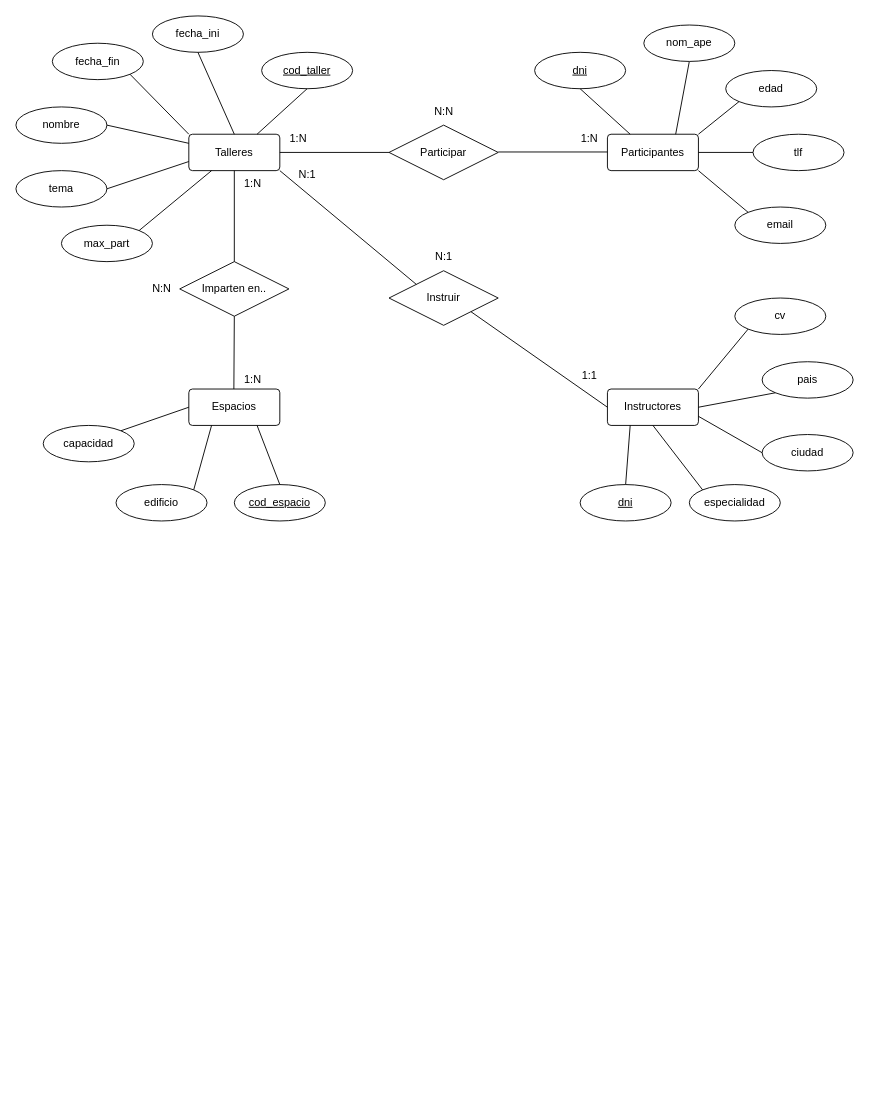
The draw.io diagram Diagrama sin título.drawio in Mokius02/basesdedatos, before the edit. Source tidied: cells renumbered, new cells numbered last; positions are measured from the earlier drawing's top-left corner, leaving out a move shared by most shapes. Both pictures are drawn from the tidied source at 91%, with x=0, y=0 at pixel (15, 15).
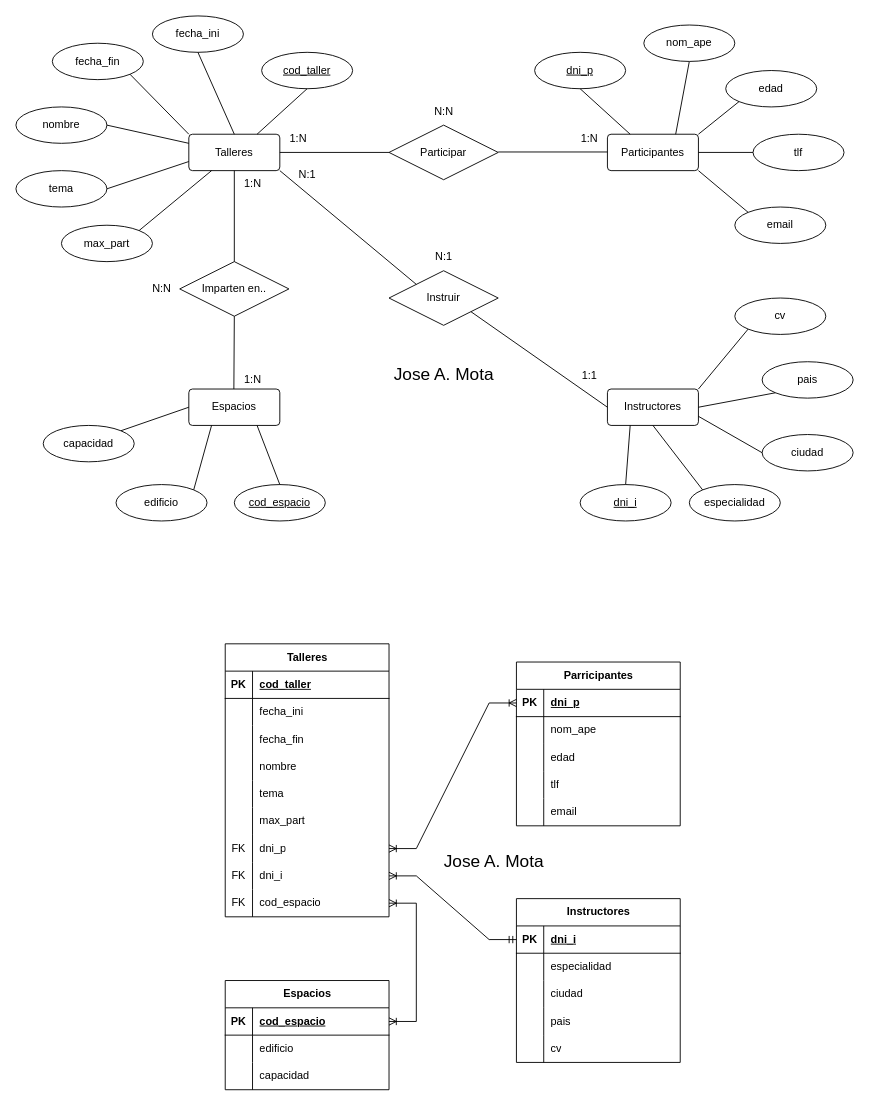
The same diagram, later.

Change to the diagram source:
```diff
@@
-    <mxCell id="25" value="dni" style="ellipse;whiteSpace=wrap;html=1;align=center;fontStyle=4;" parent="1" vertex="1">
+    <mxCell id="25" value="dni_i" style="ellipse;whiteSpace=wrap;html=1;align=center;fontStyle=4;" parent="1" vertex="1">
       <mxGeometry x="620" y="515" width="100" height="40" as="geometry" />
     </mxCell>
@@
-    <mxCell id="35" value="dni" style="ellipse;whiteSpace=wrap;html=1;align=center;fontStyle=4;" parent="1" vertex="1">
+    <mxCell id="35" value="dni_p" style="ellipse;whiteSpace=wrap;html=1;align=center;fontStyle=4;" parent="1" vertex="1">
       <mxGeometry x="570" y="40" width="100" height="40" as="geometry" />
     </mxCell>
@@
+    <mxCell id="62" value="Talleres" style="shape=table;startSize=30;childLayout=tableLayout;rowLines=0;fontStyle=1;align=center;html=1;" parent="1" vertex="1">
+      <mxGeometry x="230" y="690" width="180" height="300" as="geometry" />
+    </mxCell>
+    <mxCell id="63" style="shape=tableRow;horizontal=0;startSize=0;swimlaneHead=0;swimlaneBody=0;fillColor=none;top=0;left=0;right=0;bottom=1;" parent="62" vertex="1">
+      <mxGeometry y="30" width="180" height="30" as="geometry" />
+    </mxCell>
+    <mxCell id="64" value="PK" style="shape=partialRectangle;fillColor=none;top=0;left=0;bottom=0;right=0;fontStyle=1;overflow=hidden;whiteSpace=wrap;html=1;" parent="63" vertex="1">
+      <mxGeometry width="30" height="30" as="geometry" />
+    </mxCell>
+    <mxCell id="65" value="cod_taller" style="shape=partialRectangle;fillColor=none;top=0;left=0;bottom=0;right=0;align=left;spacingLeft=6;fontStyle=5;overflow=hidden;whiteSpace=wrap;html=1;" parent="63" vertex="1">
+      <mxGeometry x="30" width="150" height="30" as="geometry" />
+    </mxCell>
+    <mxCell id="66" style="shape=tableRow;horizontal=0;startSize=0;swimlaneHead=0;swimlaneBody=0;fillColor=none;top=0;left=0;right=0;bottom=0;" parent="62" vertex="1">
+      <mxGeometry y="60" width="180" height="30" as="geometry" />
+    </mxCell>
+    <mxCell id="67" style="shape=partialRectangle;fillColor=none;top=0;left=0;bottom=0;right=0;overflow=hidden;whiteSpace=wrap;html=1;" parent="66" vertex="1">
+      <mxGeometry width="30" height="30" as="geometry" />
+    </mxCell>
+    <mxCell id="68" value="fecha_ini" style="shape=partialRectangle;fillColor=none;top=0;left=0;bottom=0;right=0;align=left;spacingLeft=6;overflow=hidden;whiteSpace=wrap;html=1;" parent="66" vertex="1">
+      <mxGeometry x="30" width="150" height="30" as="geometry" />
+    </mxCell>
+    <mxCell id="69" style="shape=tableRow;horizontal=0;startSize=0;swimlaneHead=0;swimlaneBody=0;fillColor=none;top=0;left=0;right=0;bottom=0;" parent="62" vertex="1">
+      <mxGeometry y="90" width="180" height="30" as="geometry" />
+    </mxCell>
+    <mxCell id="70" style="shape=partialRectangle;fillColor=none;top=0;left=0;bottom=0;right=0;overflow=hidden;whiteSpace=wrap;html=1;" parent="69" vertex="1">
+      <mxGeometry width="30" height="30" as="geometry" />
+    </mxCell>
+    <mxCell id="71" value="fecha_fin" style="shape=partialRectangle;fillColor=none;top=0;left=0;bottom=0;right=0;align=left;spacingLeft=6;overflow=hidden;whiteSpace=wrap;html=1;" parent="69" vertex="1">
+      <mxGeometry x="30" width="150" height="30" as="geometry" />
+    </mxCell>
+    <mxCell id="72" style="shape=tableRow;horizontal=0;startSize=0;swimlaneHead=0;swimlaneBody=0;fillColor=none;top=0;left=0;right=0;bottom=0;" parent="62" vertex="1">
+      <mxGeometry y="120" width="180" height="30" as="geometry" />
+    </mxCell>
+    <mxCell id="73" style="shape=partialRectangle;fillColor=none;top=0;left=0;bottom=0;right=0;overflow=hidden;whiteSpace=wrap;html=1;" parent="72" vertex="1">
+      <mxGeometry width="30" height="30" as="geometry" />
+    </mxCell>
+    <mxCell id="74" value="nombre" style="shape=partialRectangle;fillColor=none;top=0;left=0;bottom=0;right=0;align=left;spacingLeft=6;overflow=hidden;whiteSpace=wrap;html=1;" parent="72" vertex="1">
+      <mxGeometry x="30" width="150" height="30" as="geometry" />
+    </mxCell>
+    <mxCell id="75" style="shape=tableRow;horizontal=0;startSize=0;swimlaneHead=0;swimlaneBody=0;fillColor=none;top=0;left=0;right=0;bottom=0;" parent="62" vertex="1">
+      <mxGeometry y="150" width="180" height="30" as="geometry" />
+    </mxCell>
+    <mxCell id="76" style="shape=partialRectangle;fillColor=none;top=0;left=0;bottom=0;right=0;overflow=hidden;whiteSpace=wrap;html=1;" parent="75" vertex="1">
+      <mxGeometry width="30" height="30" as="geometry" />
+    </mxCell>
+    <mxCell id="77" value="tema" style="shape=partialRectangle;fillColor=none;top=0;left=0;bottom=0;right=0;align=left;spacingLeft=6;overflow=hidden;whiteSpace=wrap;html=1;" parent="75" vertex="1">
+      <mxGeometry x="30" width="150" height="30" as="geometry" />
+    </mxCell>
+    <mxCell id="78" style="shape=tableRow;horizontal=0;startSize=0;swimlaneHead=0;swimlaneBody=0;fillColor=none;top=0;left=0;right=0;bottom=0;" parent="62" vertex="1">
+      <mxGeometry y="180" width="180" height="30" as="geometry" />
+    </mxCell>
+    <mxCell id="79" style="shape=partialRectangle;fillColor=none;top=0;left=0;bottom=0;right=0;overflow=hidden;whiteSpace=wrap;html=1;" parent="78" vertex="1">
+      <mxGeometry width="30" height="30" as="geometry" />
+    </mxCell>
+    <mxCell id="80" value="max_part" style="shape=partialRectangle;fillColor=none;top=0;left=0;bottom=0;right=0;align=left;spacingLeft=6;overflow=hidden;whiteSpace=wrap;html=1;" parent="78" vertex="1">
+      <mxGeometry x="30" width="150" height="30" as="geometry" />
+    </mxCell>
+    <mxCell id="81" style="shape=tableRow;horizontal=0;startSize=0;swimlaneHead=0;swimlaneBody=0;fillColor=none;points=[[0,0.5],[1,0.5]];portConstraint=eastwest;top=0;left=0;right=0;bottom=0;" parent="62" vertex="1">
+      <mxGeometry y="210" width="180" height="30" as="geometry" />
+    </mxCell>
+    <mxCell id="82" value="FK" style="shape=partialRectangle;fillColor=none;top=0;left=0;bottom=0;right=0;overflow=hidden;whiteSpace=wrap;html=1;" parent="81" vertex="1">
+      <mxGeometry width="30" height="30" as="geometry" />
+    </mxCell>
+    <mxCell id="83" value="dni_p" style="shape=partialRectangle;fillColor=none;top=0;left=0;bottom=0;right=0;align=left;spacingLeft=6;overflow=hidden;whiteSpace=wrap;html=1;" parent="81" vertex="1">
+      <mxGeometry x="30" width="150" height="30" as="geometry" />
+    </mxCell>
+    <mxCell id="84" style="shape=tableRow;horizontal=0;startSize=0;swimlaneHead=0;swimlaneBody=0;fillColor=none;points=[[0,0.5],[1,0.5]];portConstraint=eastwest;top=0;left=0;right=0;bottom=0;" parent="62" vertex="1">
+      <mxGeometry y="240" width="180" height="30" as="geometry" />
+    </mxCell>
+    <mxCell id="85" value="FK" style="shape=partialRectangle;fillColor=none;top=0;left=0;bottom=0;right=0;overflow=hidden;whiteSpace=wrap;html=1;" parent="84" vertex="1">
+      <mxGeometry width="30" height="30" as="geometry" />
+    </mxCell>
+    <mxCell id="86" value="dni_i" style="shape=partialRectangle;fillColor=none;top=0;left=0;bottom=0;right=0;align=left;spacingLeft=6;overflow=hidden;whiteSpace=wrap;html=1;" parent="84" vertex="1">
+      <mxGeometry x="30" width="150" height="30" as="geometry" />
+    </mxCell>
+    <mxCell id="87" style="shape=tableRow;horizontal=0;startSize=0;swimlaneHead=0;swimlaneBody=0;fillColor=none;points=[[0,0.5],[1,0.5]];portConstraint=eastwest;top=0;left=0;right=0;bottom=0;" parent="62" vertex="1">
+      <mxGeometry y="270" width="180" height="30" as="geometry" />
+    </mxCell>
+    <mxCell id="88" value="FK" style="shape=partialRectangle;fillColor=none;top=0;left=0;bottom=0;right=0;overflow=hidden;whiteSpace=wrap;html=1;" parent="87" vertex="1">
+      <mxGeometry width="30" height="30" as="geometry" />
+    </mxCell>
+    <mxCell id="89" value="cod_espacio" style="shape=partialRectangle;fillColor=none;top=0;left=0;bottom=0;right=0;align=left;spacingLeft=6;overflow=hidden;whiteSpace=wrap;html=1;" parent="87" vertex="1">
+      <mxGeometry x="30" width="150" height="30" as="geometry" />
+    </mxCell>
+    <mxCell id="90" value="Parricipantes" style="shape=table;startSize=30;childLayout=tableLayout;rowLines=0;fontStyle=1;align=center;html=1;" parent="1" vertex="1">
+      <mxGeometry x="550" y="710" width="180" height="180" as="geometry" />
+    </mxCell>
+    <mxCell id="91" style="shape=tableRow;horizontal=0;startSize=0;swimlaneHead=0;swimlaneBody=0;fillColor=none;points=[[0,0.5],[1,0.5]];portConstraint=eastwest;top=0;left=0;right=0;bottom=1;" parent="90" vertex="1">
+      <mxGeometry y="30" width="180" height="30" as="geometry" />
+    </mxCell>
+    <mxCell id="92" value="PK" style="shape=partialRectangle;fillColor=none;top=0;left=0;bottom=0;right=0;fontStyle=1;overflow=hidden;whiteSpace=wrap;html=1;" parent="91" vertex="1">
+      <mxGeometry width="30" height="30" as="geometry" />
+    </mxCell>
+    <mxCell id="93" value="dni_p" style="shape=partialRectangle;fillColor=none;top=0;left=0;bottom=0;right=0;align=left;spacingLeft=6;fontStyle=5;overflow=hidden;whiteSpace=wrap;html=1;" parent="91" vertex="1">
+      <mxGeometry x="30" width="150" height="30" as="geometry" />
+    </mxCell>
+    <mxCell id="94" style="shape=tableRow;horizontal=0;startSize=0;swimlaneHead=0;swimlaneBody=0;fillColor=none;top=0;left=0;right=0;bottom=0;" parent="90" vertex="1">
+      <mxGeometry y="60" width="180" height="30" as="geometry" />
+    </mxCell>
+    <mxCell id="95" style="shape=partialRectangle;fillColor=none;top=0;left=0;bottom=0;right=0;overflow=hidden;whiteSpace=wrap;html=1;" parent="94" vertex="1">
+      <mxGeometry width="30" height="30" as="geometry" />
+    </mxCell>
+    <mxCell id="96" value="nom_ape" style="shape=partialRectangle;fillColor=none;top=0;left=0;bottom=0;right=0;align=left;spacingLeft=6;overflow=hidden;whiteSpace=wrap;html=1;" parent="94" vertex="1">
+      <mxGeometry x="30" width="150" height="30" as="geometry" />
+    </mxCell>
+    <mxCell id="97" style="shape=tableRow;horizontal=0;startSize=0;swimlaneHead=0;swimlaneBody=0;fillColor=none;top=0;left=0;right=0;bottom=0;" parent="90" vertex="1">
+      <mxGeometry y="90" width="180" height="30" as="geometry" />
+    </mxCell>
+    <mxCell id="98" style="shape=partialRectangle;fillColor=none;top=0;left=0;bottom=0;right=0;overflow=hidden;whiteSpace=wrap;html=1;" parent="97" vertex="1">
+      <mxGeometry width="30" height="30" as="geometry" />
+    </mxCell>
+    <mxCell id="99" value="edad" style="shape=partialRectangle;fillColor=none;top=0;left=0;bottom=0;right=0;align=left;spacingLeft=6;overflow=hidden;whiteSpace=wrap;html=1;" parent="97" vertex="1">
+      <mxGeometry x="30" width="150" height="30" as="geometry" />
+    </mxCell>
+    <mxCell id="100" style="shape=tableRow;horizontal=0;startSize=0;swimlaneHead=0;swimlaneBody=0;fillColor=none;top=0;left=0;right=0;bottom=0;" parent="90" vertex="1">
+      <mxGeometry y="120" width="180" height="30" as="geometry" />
+    </mxCell>
+    <mxCell id="101" style="shape=partialRectangle;fillColor=none;top=0;left=0;bottom=0;right=0;overflow=hidden;whiteSpace=wrap;html=1;" parent="100" vertex="1">
+      <mxGeometry width="30" height="30" as="geometry" />
+    </mxCell>
+    <mxCell id="102" value="tlf" style="shape=partialRectangle;fillColor=none;top=0;left=0;bottom=0;right=0;align=left;spacingLeft=6;overflow=hidden;whiteSpace=wrap;html=1;" parent="100" vertex="1">
+      <mxGeometry x="30" width="150" height="30" as="geometry" />
+    </mxCell>
+    <mxCell id="103" style="shape=tableRow;horizontal=0;startSize=0;swimlaneHead=0;swimlaneBody=0;fillColor=none;top=0;left=0;right=0;bottom=0;" parent="90" vertex="1">
+      <mxGeometry y="150" width="180" height="30" as="geometry" />
+    </mxCell>
+    <mxCell id="104" style="shape=partialRectangle;fillColor=none;top=0;left=0;bottom=0;right=0;overflow=hidden;whiteSpace=wrap;html=1;" parent="103" vertex="1">
+      <mxGeometry width="30" height="30" as="geometry" />
+    </mxCell>
+    <mxCell id="105" value="email" style="shape=partialRectangle;fillColor=none;top=0;left=0;bottom=0;right=0;align=left;spacingLeft=6;overflow=hidden;whiteSpace=wrap;html=1;" parent="103" vertex="1">
+      <mxGeometry x="30" width="150" height="30" as="geometry" />
+    </mxCell>
+    <mxCell id="106" value="Instructores" style="shape=table;startSize=30;childLayout=tableLayout;rowLines=0;fontStyle=1;align=center;html=1;" parent="1" vertex="1">
+      <mxGeometry x="550" y="970" width="180" height="180" as="geometry" />
+    </mxCell>
+    <mxCell id="107" style="shape=tableRow;horizontal=0;startSize=0;swimlaneHead=0;swimlaneBody=0;fillColor=none;points=[[0,0.5],[1,0.5]];portConstraint=eastwest;top=0;left=0;right=0;bottom=1;" parent="106" vertex="1">
+      <mxGeometry y="30" width="180" height="30" as="geometry" />
+    </mxCell>
+    <mxCell id="108" value="PK" style="shape=partialRectangle;fillColor=none;top=0;left=0;bottom=0;right=0;fontStyle=1;overflow=hidden;whiteSpace=wrap;html=1;" parent="107" vertex="1">
+      <mxGeometry width="30" height="30" as="geometry" />
+    </mxCell>
+    <mxCell id="109" value="dni_i" style="shape=partialRectangle;fillColor=none;top=0;left=0;bottom=0;right=0;align=left;spacingLeft=6;fontStyle=5;overflow=hidden;whiteSpace=wrap;html=1;" parent="107" vertex="1">
+      <mxGeometry x="30" width="150" height="30" as="geometry" />
+    </mxCell>
+    <mxCell id="110" style="shape=tableRow;horizontal=0;startSize=0;swimlaneHead=0;swimlaneBody=0;fillColor=none;top=0;left=0;right=0;bottom=0;" parent="106" vertex="1">
+      <mxGeometry y="60" width="180" height="30" as="geometry" />
+    </mxCell>
+    <mxCell id="111" style="shape=partialRectangle;fillColor=none;top=0;left=0;bottom=0;right=0;overflow=hidden;whiteSpace=wrap;html=1;" parent="110" vertex="1">
+      <mxGeometry width="30" height="30" as="geometry" />
+    </mxCell>
+    <mxCell id="112" value="especialidad" style="shape=partialRectangle;fillColor=none;top=0;left=0;bottom=0;right=0;align=left;spacingLeft=6;overflow=hidden;whiteSpace=wrap;html=1;" parent="110" vertex="1">
+      <mxGeometry x="30" width="150" height="30" as="geometry" />
+    </mxCell>
+    <mxCell id="113" style="shape=tableRow;horizontal=0;startSize=0;swimlaneHead=0;swimlaneBody=0;fillColor=none;top=0;left=0;right=0;bottom=0;" parent="106" vertex="1">
+      <mxGeometry y="90" width="180" height="30" as="geometry" />
+    </mxCell>
+    <mxCell id="114" style="shape=partialRectangle;fillColor=none;top=0;left=0;bottom=0;right=0;overflow=hidden;whiteSpace=wrap;html=1;" parent="113" vertex="1">
+      <mxGeometry width="30" height="30" as="geometry" />
+    </mxCell>
+    <mxCell id="115" value="ciudad" style="shape=partialRectangle;fillColor=none;top=0;left=0;bottom=0;right=0;align=left;spacingLeft=6;overflow=hidden;whiteSpace=wrap;html=1;" parent="113" vertex="1">
+      <mxGeometry x="30" width="150" height="30" as="geometry" />
+    </mxCell>
+    <mxCell id="116" style="shape=tableRow;horizontal=0;startSize=0;swimlaneHead=0;swimlaneBody=0;fillColor=none;top=0;left=0;right=0;bottom=0;" parent="106" vertex="1">
+      <mxGeometry y="120" width="180" height="30" as="geometry" />
+    </mxCell>
+    <mxCell id="117" style="shape=partialRectangle;fillColor=none;top=0;left=0;bottom=0;right=0;overflow=hidden;whiteSpace=wrap;html=1;" parent="116" vertex="1">
+      <mxGeometry width="30" height="30" as="geometry" />
+    </mxCell>
+    <mxCell id="118" value="pais" style="shape=partialRectangle;fillColor=none;top=0;left=0;bottom=0;right=0;align=left;spacingLeft=6;overflow=hidden;whiteSpace=wrap;html=1;" parent="116" vertex="1">
+      <mxGeometry x="30" width="150" height="30" as="geometry" />
+    </mxCell>
+    <mxCell id="119" style="shape=tableRow;horizontal=0;startSize=0;swimlaneHead=0;swimlaneBody=0;fillColor=none;top=0;left=0;right=0;bottom=0;" parent="106" vertex="1">
+      <mxGeometry y="150" width="180" height="30" as="geometry" />
+    </mxCell>
+    <mxCell id="120" style="shape=partialRectangle;fillColor=none;top=0;left=0;bottom=0;right=0;overflow=hidden;whiteSpace=wrap;html=1;" parent="119" vertex="1">
+      <mxGeometry width="30" height="30" as="geometry" />
+    </mxCell>
+    <mxCell id="121" value="cv" style="shape=partialRectangle;fillColor=none;top=0;left=0;bottom=0;right=0;align=left;spacingLeft=6;overflow=hidden;whiteSpace=wrap;html=1;" parent="119" vertex="1">
+      <mxGeometry x="30" width="150" height="30" as="geometry" />
+    </mxCell>
+    <mxCell id="122" value="Espacios" style="shape=table;startSize=30;childLayout=tableLayout;rowLines=0;fontStyle=1;align=center;html=1;" parent="1" vertex="1">
+      <mxGeometry x="230" y="1060" width="180" height="120" as="geometry" />
+    </mxCell>
+    <mxCell id="123" style="shape=tableRow;horizontal=0;startSize=0;swimlaneHead=0;swimlaneBody=0;fillColor=none;points=[[0,0.5],[1,0.5]];portConstraint=eastwest;top=0;left=0;right=0;bottom=1;" parent="122" vertex="1">
+      <mxGeometry y="30" width="180" height="30" as="geometry" />
+    </mxCell>
+    <mxCell id="124" value="PK" style="shape=partialRectangle;fillColor=none;top=0;left=0;bottom=0;right=0;fontStyle=1;overflow=hidden;whiteSpace=wrap;html=1;" parent="123" vertex="1">
+      <mxGeometry width="30" height="30" as="geometry" />
+    </mxCell>
+    <mxCell id="125" value="cod_espacio" style="shape=partialRectangle;fillColor=none;top=0;left=0;bottom=0;right=0;align=left;spacingLeft=6;fontStyle=5;overflow=hidden;whiteSpace=wrap;html=1;" parent="123" vertex="1">
+      <mxGeometry x="30" width="150" height="30" as="geometry" />
+    </mxCell>
+    <mxCell id="126" style="shape=tableRow;horizontal=0;startSize=0;swimlaneHead=0;swimlaneBody=0;fillColor=none;top=0;left=0;right=0;bottom=0;" parent="122" vertex="1">
+      <mxGeometry y="60" width="180" height="30" as="geometry" />
+    </mxCell>
+    <mxCell id="127" style="shape=partialRectangle;fillColor=none;top=0;left=0;bottom=0;right=0;overflow=hidden;whiteSpace=wrap;html=1;" parent="126" vertex="1">
+      <mxGeometry width="30" height="30" as="geometry" />
+    </mxCell>
+    <mxCell id="128" value="edificio" style="shape=partialRectangle;fillColor=none;top=0;left=0;bottom=0;right=0;align=left;spacingLeft=6;overflow=hidden;whiteSpace=wrap;html=1;" parent="126" vertex="1">
+      <mxGeometry x="30" width="150" height="30" as="geometry" />
+    </mxCell>
+    <mxCell id="129" style="shape=tableRow;horizontal=0;startSize=0;swimlaneHead=0;swimlaneBody=0;fillColor=none;top=0;left=0;right=0;bottom=0;" parent="122" vertex="1">
+      <mxGeometry y="90" width="180" height="30" as="geometry" />
+    </mxCell>
+    <mxCell id="130" style="shape=partialRectangle;fillColor=none;top=0;left=0;bottom=0;right=0;overflow=hidden;whiteSpace=wrap;html=1;" parent="129" vertex="1">
+      <mxGeometry width="30" height="30" as="geometry" />
+    </mxCell>
+    <mxCell id="131" value="capacidad" style="shape=partialRectangle;fillColor=none;top=0;left=0;bottom=0;right=0;align=left;spacingLeft=6;overflow=hidden;whiteSpace=wrap;html=1;" parent="129" vertex="1">
+      <mxGeometry x="30" width="150" height="30" as="geometry" />
+    </mxCell>
+    <mxCell id="132" style="edgeStyle=entityRelationEdgeStyle;fontSize=12;html=1;endArrow=ERoneToMany;startArrow=ERoneToMany;rounded=0;exitX=1;exitY=0.5;exitDx=0;exitDy=0;entryX=0;entryY=0.5;entryDx=0;entryDy=0;" parent="1" edge="1" source="81" target="91">
+      <mxGeometry relative="1" as="geometry" />
+    </mxCell>
+    <mxCell id="133" style="edgeStyle=entityRelationEdgeStyle;fontSize=12;html=1;endArrow=ERoneToMany;startArrow=ERoneToMany;rounded=0;exitX=1;exitY=0.5;exitDx=0;exitDy=0;entryX=1;entryY=0.5;entryDx=0;entryDy=0;" parent="1" edge="1" source="87" target="123">
+      <mxGeometry relative="1" as="geometry" />
+    </mxCell>
+    <mxCell id="134" style="edgeStyle=entityRelationEdgeStyle;fontSize=12;html=1;endArrow=ERoneToMany;startArrow=ERmandOne;rounded=0;exitX=0;exitY=0.5;exitDx=0;exitDy=0;entryX=1;entryY=0.5;entryDx=0;entryDy=0;" parent="1" edge="1" source="107" target="84">
+      <mxGeometry relative="1" as="geometry" />
+    </mxCell>
+    <mxCell id="135" value="&lt;font style=&quot;font-size: 19px;&quot;&gt;Jose A. Mota&lt;/font&gt;" style="text;html=1;align=center;verticalAlign=middle;strokeColor=none;fillColor=none;" parent="1" vertex="1">
+      <mxGeometry x="405" y="375" width="130" height="40" as="geometry" />
+    </mxCell>
+    <mxCell id="136" value="&lt;font style=&quot;font-size: 19px;&quot;&gt;Jose A. Mota&lt;/font&gt;" style="text;html=1;align=center;verticalAlign=middle;strokeColor=none;fillColor=none;" parent="1" vertex="1">
+      <mxGeometry x="460" y="910" width="130" height="40" as="geometry" />
+    </mxCell>
```
